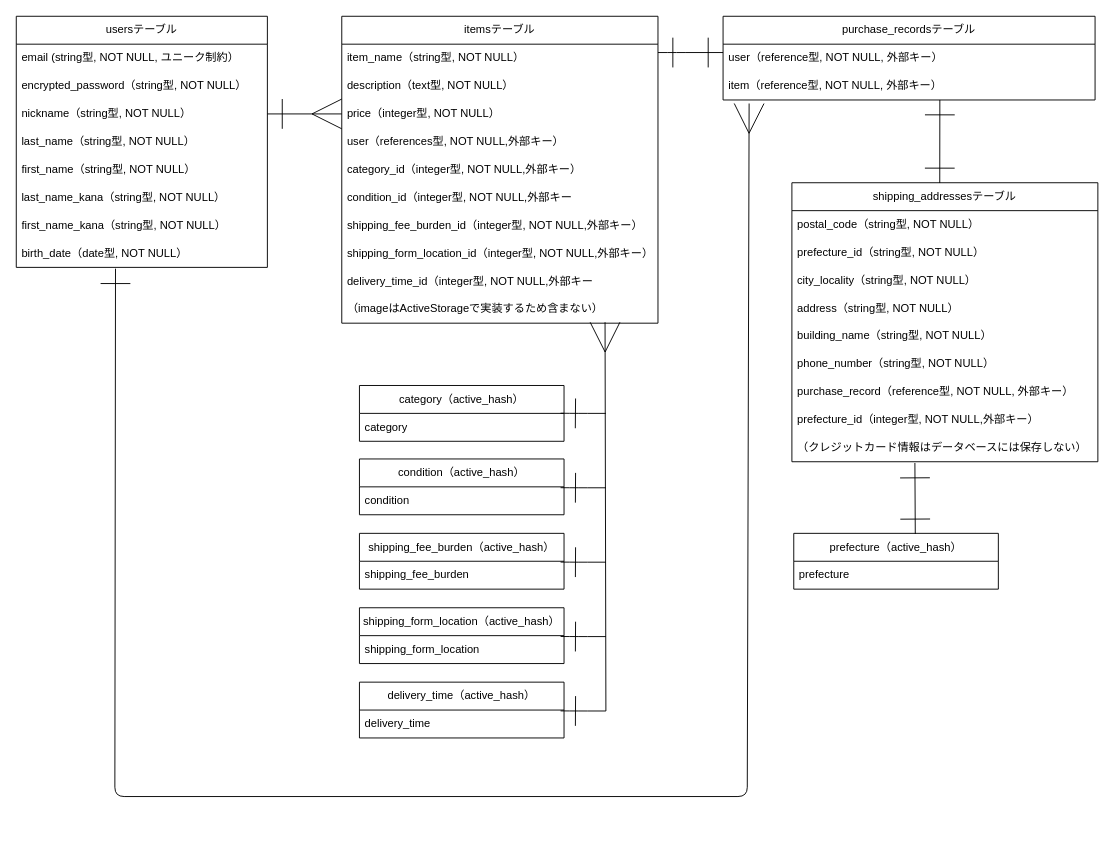
This is ER.dio from kakinotane77/furima-41868, a draw.io file, before an edit. Source tidied: cells renumbered, new cells numbered last; positions are measured from the earlier drawing's top-left corner, leaving out a move shared by most shapes. Both pictures are drawn from the tidied source at 93%, with x=0, y=0 at pixel (16, 16).
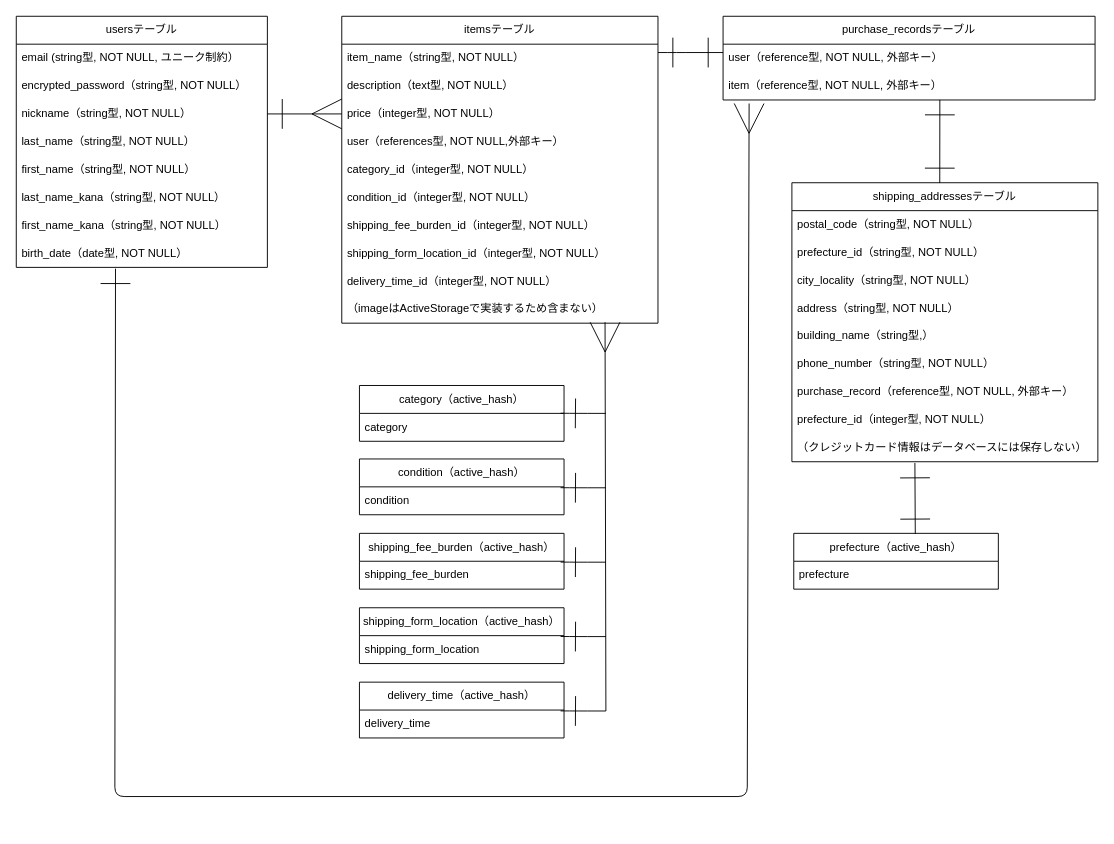
After the change.

Commit message (it also covers changes not shown here):
データベース設計（修正4）#3

Unchanged cells that the change refers to:
```xml
<mxCell id="11" value="itemsテーブル" style="swimlane;fontStyle=0;horizontal=1;startSize=30;whiteSpace=wrap;html=1;" parent="1" vertex="1">
  <mxGeometry x="350" width="340" height="330" as="geometry" />
</mxCell>
<mxCell id="43" value="shipping_addressesテーブル" style="swimlane;fontStyle=0;horizontal=1;startSize=30;whiteSpace=wrap;html=1;" parent="1" vertex="1">
  <mxGeometry x="834" y="179" width="329" height="300" as="geometry" />
</mxCell>
```

What changed in the source:
```diff
@@
-    <mxCell id="16" value="category_id（integer型, NOT NULL,外部キー）" style="text;strokeColor=none;fillColor=none;align=left;verticalAlign=middle;spacingLeft=4;spacingRight=4;overflow=hidden;whiteSpace=wrap;html=1;" parent="11" vertex="1">
+    <mxCell id="16" value="category_id（integer型, NOT NULL）" style="text;strokeColor=none;fillColor=none;align=left;verticalAlign=middle;spacingLeft=4;spacingRight=4;overflow=hidden;whiteSpace=wrap;html=1;" parent="11" vertex="1">
       <mxGeometry y="150" width="340" height="30" as="geometry" />
     </mxCell>
-    <mxCell id="17" value="condition_id（integer型, NOT NULL,外部キー" style="text;strokeColor=none;fillColor=none;align=left;verticalAlign=middle;spacingLeft=4;spacingRight=4;overflow=hidden;whiteSpace=wrap;html=1;" parent="11" vertex="1">
+    <mxCell id="17" value="condition_id（integer型, NOT NULL）" style="text;strokeColor=none;fillColor=none;align=left;verticalAlign=middle;spacingLeft=4;spacingRight=4;overflow=hidden;whiteSpace=wrap;html=1;" parent="11" vertex="1">
       <mxGeometry y="180" width="340" height="30" as="geometry" />
     </mxCell>
-    <mxCell id="18" value="shipping_fee_burden_id（integer型, NOT NULL,外部キー）" style="text;strokeColor=none;fillColor=none;align=left;verticalAlign=middle;spacingLeft=4;spacingRight=4;overflow=hidden;whiteSpace=wrap;html=1;" parent="11" vertex="1">
+    <mxCell id="18" value="shipping_fee_burden_id（integer型, NOT NULL）" style="text;strokeColor=none;fillColor=none;align=left;verticalAlign=middle;spacingLeft=4;spacingRight=4;overflow=hidden;whiteSpace=wrap;html=1;" parent="11" vertex="1">
       <mxGeometry y="210" width="340" height="30" as="geometry" />
     </mxCell>
-    <mxCell id="19" value="shipping_form_location_id（integer型, NOT NULL,外部キー）" style="text;strokeColor=none;fillColor=none;align=left;verticalAlign=middle;spacingLeft=4;spacingRight=4;overflow=hidden;whiteSpace=wrap;html=1;" parent="11" vertex="1">
+    <mxCell id="19" value="shipping_form_location_id（integer型, NOT NULL）" style="text;strokeColor=none;fillColor=none;align=left;verticalAlign=middle;spacingLeft=4;spacingRight=4;overflow=hidden;whiteSpace=wrap;html=1;" parent="11" vertex="1">
       <mxGeometry y="240" width="340" height="30" as="geometry" />
     </mxCell>
-    <mxCell id="20" value="delivery_time_id（integer型, NOT NULL,外部キー" style="text;strokeColor=none;fillColor=none;align=left;verticalAlign=middle;spacingLeft=4;spacingRight=4;overflow=hidden;whiteSpace=wrap;html=1;" parent="11" vertex="1">
+    <mxCell id="20" value="delivery_time_id（integer型, NOT NULL）" style="text;strokeColor=none;fillColor=none;align=left;verticalAlign=middle;spacingLeft=4;spacingRight=4;overflow=hidden;whiteSpace=wrap;html=1;" parent="11" vertex="1">
       <mxGeometry y="270" width="340" height="30" as="geometry" />
     </mxCell>
@@
-    <mxCell id="48" value="building_name（string型, NOT NULL）" style="text;strokeColor=none;fillColor=none;align=left;verticalAlign=middle;spacingLeft=4;spacingRight=4;overflow=hidden;whiteSpace=wrap;html=1;" parent="43" vertex="1">
+    <mxCell id="48" value="building_name（string型,）" style="text;strokeColor=none;fillColor=none;align=left;verticalAlign=middle;spacingLeft=4;spacingRight=4;overflow=hidden;whiteSpace=wrap;html=1;" parent="43" vertex="1">
       <mxGeometry y="150" width="329" height="30" as="geometry" />
     </mxCell>
@@
-    <mxCell id="51" value="prefecture_id（integer型, NOT NULL,外部キー）" style="text;strokeColor=none;fillColor=none;align=left;verticalAlign=middle;spacingLeft=4;spacingRight=4;overflow=hidden;whiteSpace=wrap;html=1;" parent="43" vertex="1">
+    <mxCell id="51" value="prefecture_id（integer型, NOT NULL）" style="text;strokeColor=none;fillColor=none;align=left;verticalAlign=middle;spacingLeft=4;spacingRight=4;overflow=hidden;whiteSpace=wrap;html=1;" parent="43" vertex="1">
       <mxGeometry y="240" width="329" height="30" as="geometry" />
     </mxCell>
```
